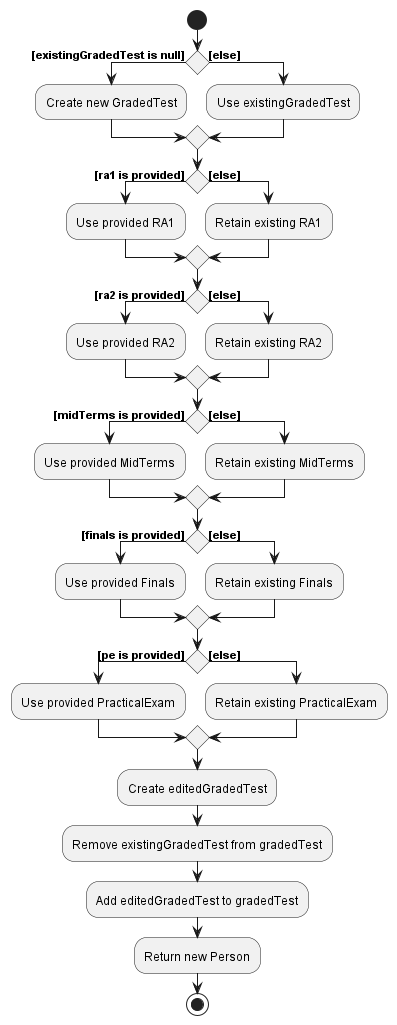
The PlantUML diagram docs/images/CreateEditedGradedTestPersonAD.png in raydenlim/tp, before a commit.
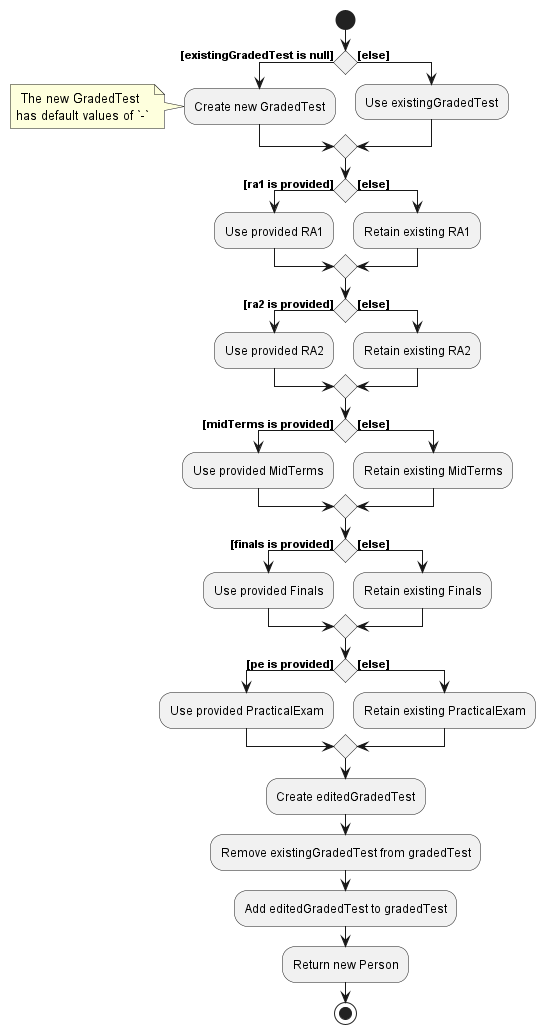
Above is the later version.

Diff of the diagram source:
```diff
@@ -4,6 +4,10 @@
 start
 if () then ([existingGradedTest is null])
     :Create new GradedTest;
+    note left
+      The new GradedTest
+      has default values of `-`
+    end note
 else ([else])
     :Use existingGradedTest;
 endif
```
